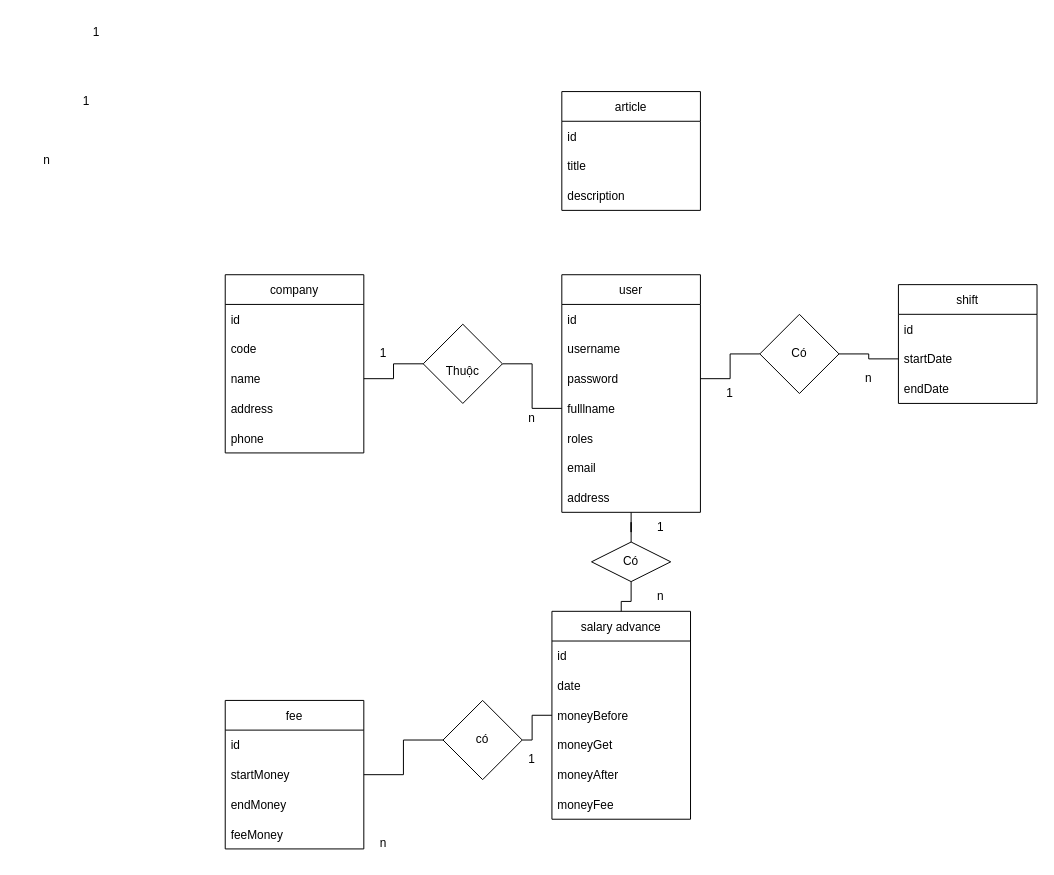
Before: page "ERD" (17 of 19) of word/Webungluong.drawio in thangdinh99/WebUngLuong, a draw.io diagram. Source tidied: cells renumbered, new cells numbered last; positions are measured from the earlier drawing's top-left corner, leaving out a move shared by most shapes. Both pictures are drawn from the tidied source at 99%, with x=0, y=0 at pixel (17, 17).
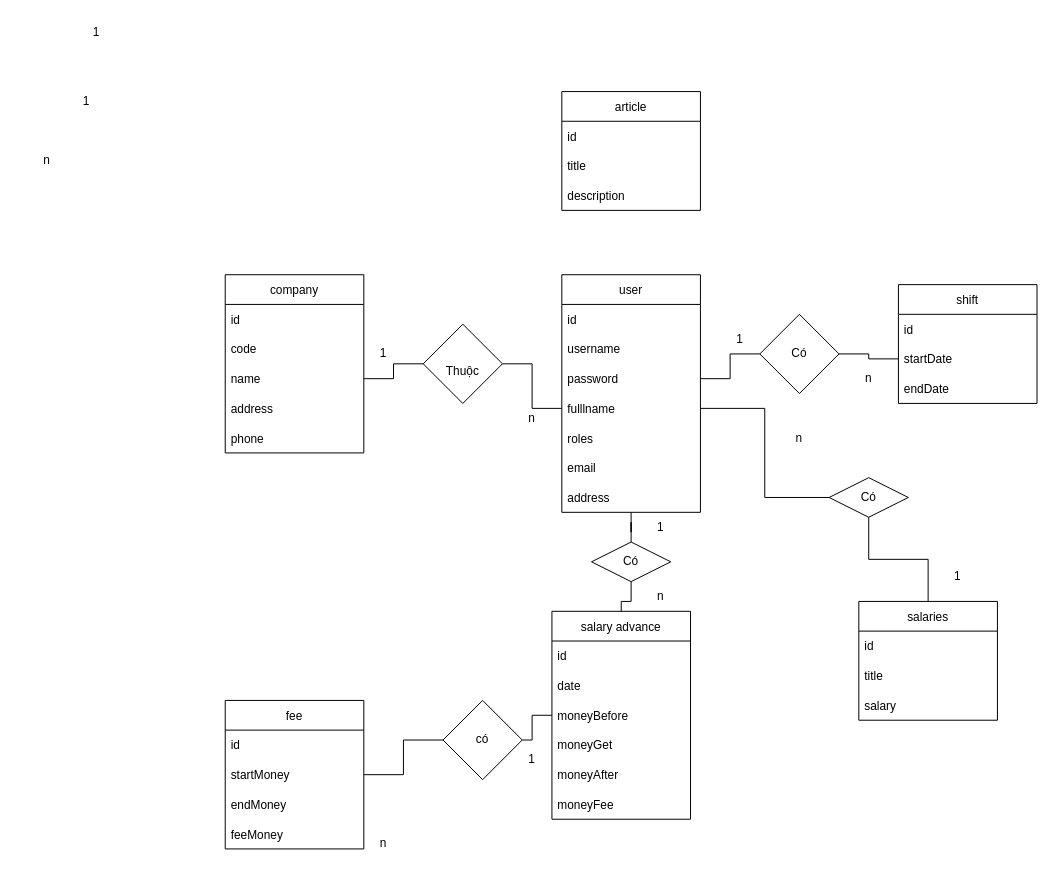
After the change.

Unchanged cells that the change refers to:
```xml
<mxCell id="7" value="fulllname" style="text;strokeColor=none;fillColor=none;align=left;verticalAlign=middle;spacingLeft=4;spacingRight=4;overflow=hidden;points=[[0,0.5],[1,0.5]];portConstraint=eastwest;" parent="3" vertex="1">
  <mxGeometry y="120" width="140" height="30" as="geometry" />
</mxCell>
```

Change to the diagram source:
```diff
@@
     <mxCell id="52" value="1" style="text;html=1;strokeColor=none;fillColor=none;align=center;verticalAlign=middle;whiteSpace=wrap;rounded=0;" parent="1" vertex="1">
-      <mxGeometry x="690" y="365" width="60" height="30" as="geometry" />
+      <mxGeometry x="700" y="310" width="60" height="30" as="geometry" />
     </mxCell>
@@
+    <mxCell id="59" value="salaries" style="swimlane;fontStyle=0;horizontal=1;startSize=30;" parent="1" vertex="1">
+      <mxGeometry x="850" y="590" width="140" height="120" as="geometry" />
+    </mxCell>
+    <mxCell id="60" value="id    " style="text;strokeColor=none;fillColor=none;align=left;verticalAlign=middle;spacingLeft=4;spacingRight=4;overflow=hidden;" parent="59" vertex="1">
+      <mxGeometry y="30" width="140" height="30" as="geometry" />
+    </mxCell>
+    <mxCell id="61" value="title" style="text;strokeColor=none;fillColor=none;align=left;verticalAlign=middle;spacingLeft=4;spacingRight=4;overflow=hidden;" parent="59" vertex="1">
+      <mxGeometry y="60" width="140" height="30" as="geometry" />
+    </mxCell>
+    <mxCell id="62" value="salary" style="text;strokeColor=none;fillColor=none;align=left;verticalAlign=middle;spacingLeft=4;spacingRight=4;overflow=hidden;" parent="59" vertex="1">
+      <mxGeometry y="90" width="140" height="30" as="geometry" />
+    </mxCell>
+    <mxCell id="63" style="edgeStyle=orthogonalEdgeStyle;rounded=0;jettySize=auto;html=1;entryX=0.5;entryY=0;entryDx=0;entryDy=0;endArrow=none;endFill=0;" parent="1" edge="1" source="64" target="59">
+      <mxGeometry relative="1" as="geometry" />
+    </mxCell>
+    <mxCell id="64" value="Có" style="rhombus;whiteSpace=wrap;html=1;" parent="1" vertex="1">
+      <mxGeometry x="820" y="465" width="80" height="40" as="geometry" />
+    </mxCell>
+    <mxCell id="65" style="edgeStyle=orthogonalEdgeStyle;rounded=0;jettySize=auto;html=1;entryX=0;entryY=0.5;entryDx=0;entryDy=0;endArrow=none;endFill=0;" parent="1" edge="1" source="7" target="64">
+      <mxGeometry relative="1" as="geometry" />
+    </mxCell>
+    <mxCell id="66" value="1" style="text;html=1;strokeColor=none;fillColor=none;align=center;verticalAlign=middle;whiteSpace=wrap;rounded=0;" parent="1" vertex="1">
+      <mxGeometry x="920" y="550" width="60" height="30" as="geometry" />
+    </mxCell>
+    <mxCell id="67" value="n" style="text;html=1;strokeColor=none;fillColor=none;align=center;verticalAlign=middle;whiteSpace=wrap;rounded=0;" parent="1" vertex="1">
+      <mxGeometry x="760" y="410" width="60" height="30" as="geometry" />
+    </mxCell>
```
